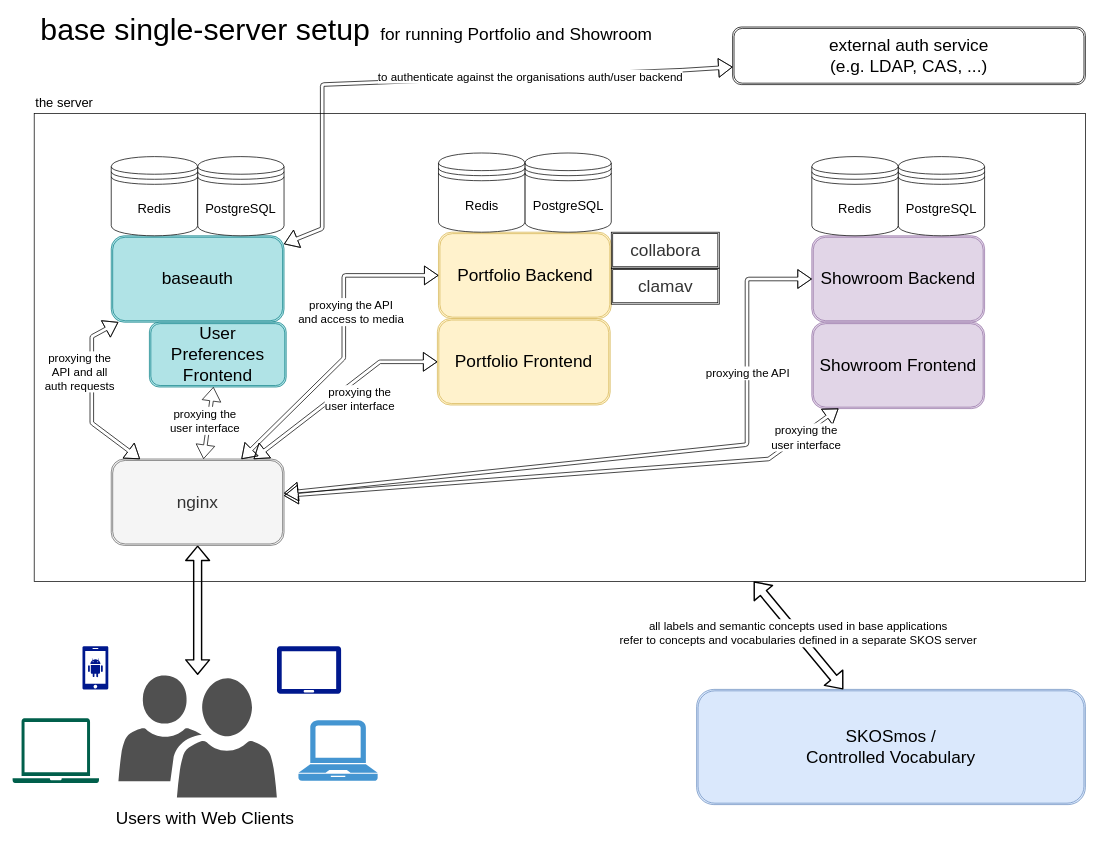
base-angewandte/base-docs keeps this draw.io diagram as docs/source/_static/single-server-architecture.drawio. Above is the earlier version. Source tidied: cells renumbered, new cells numbered last; positions are measured from the earlier drawing's top-left corner, leaving out a move shared by most shapes. Both pictures are drawn from the tidied source at 72%, with x=0, y=0 at pixel (12, 19).
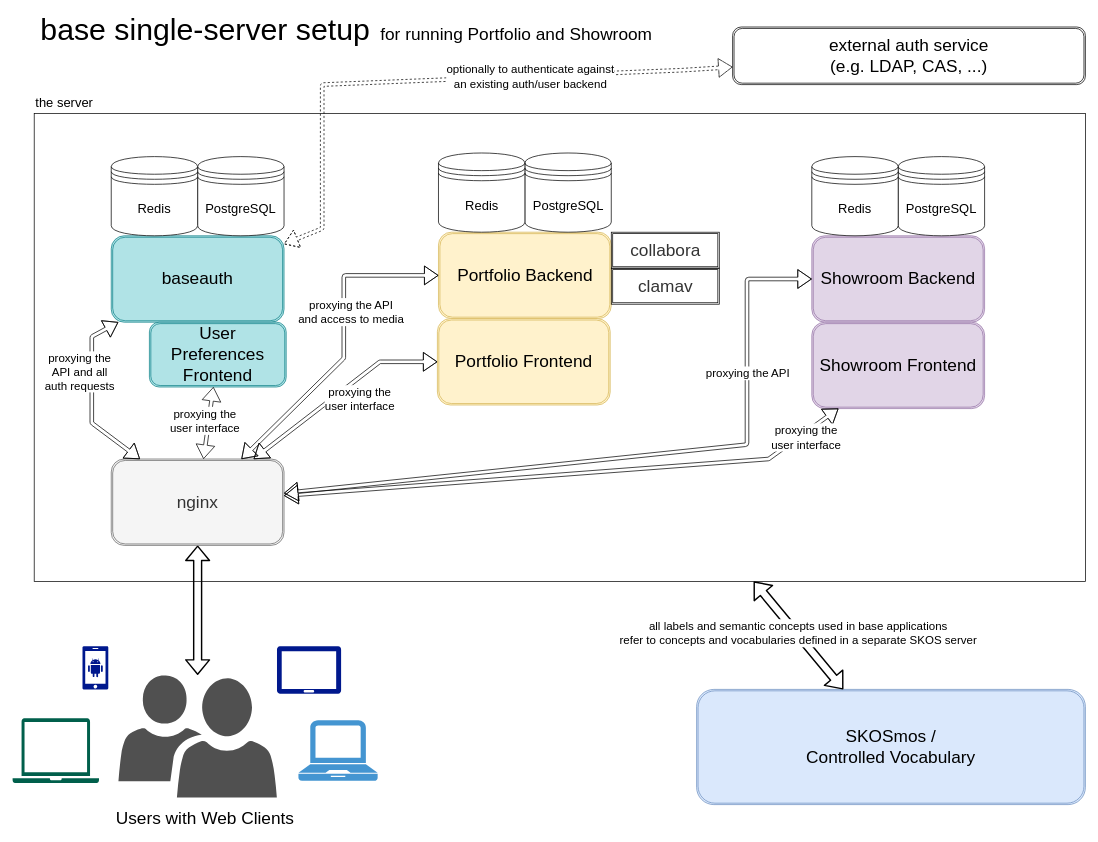
After the change.

Commit message (it also covers changes not shown here):
docs: update single server setup diagram

Unchanged cells that the change refers to:
```xml
<mxCell id="6" value="&lt;font style=&quot;font-size: 24px&quot;&gt;baseauth&lt;/font&gt;" style="shape=ext;double=1;rounded=1;whiteSpace=wrap;html=1;fillColor=#b0e3e6;strokeColor=#0e8088;" parent="1" vertex="1">
  <mxGeometry x="137" y="300" width="240" height="120" as="geometry" />
</mxCell>
<mxCell id="43" value="&lt;font style=&quot;font-size: 24px&quot;&gt;external auth service&lt;br&gt;(e.g. LDAP, CAS, ...)&lt;br&gt;&lt;/font&gt;" style="shape=ext;double=1;rounded=1;whiteSpace=wrap;html=1;" parent="1" vertex="1">
  <mxGeometry x="1000" y="10" width="490" height="80" as="geometry" />
</mxCell>
```

What changed in the source:
```diff
@@
-    <mxCell id="44" style="shape=flexArrow;endArrow=classic;startArrow=classic;html=1;strokeWidth=1;width=5;" parent="1" edge="1" source="6" target="43">
+    <mxCell id="44" style="shape=flexArrow;endArrow=classic;startArrow=classic;html=1;strokeWidth=1;width=5;dashed=1;" parent="1" edge="1" source="6" target="43">
       <mxGeometry relative="1" as="geometry">
         <Array as="points">
           <mxPoint x="430" y="290" />
           <mxPoint x="430" y="90" />
           <mxPoint x="930" y="70" />
         </Array>
       </mxGeometry>
     </mxCell>
-    <mxCell id="45" value="&lt;font style=&quot;font-size: 16px;&quot;&gt;to authenticate against the organisations auth/user backend&lt;/font&gt;" style="edgeLabel;html=1;align=center;verticalAlign=middle;" parent="44" vertex="1">
+    <mxCell id="45" value="&lt;font style=&quot;font-size: 16px;&quot;&gt;optionally to authenticate against&lt;br&gt;an existing auth/user backend&lt;/font&gt;" style="edgeLabel;html=1;align=center;verticalAlign=middle;" parent="44" vertex="1">
       <mxGeometry x="0.32" relative="1" as="geometry" />
     </mxCell>
```
